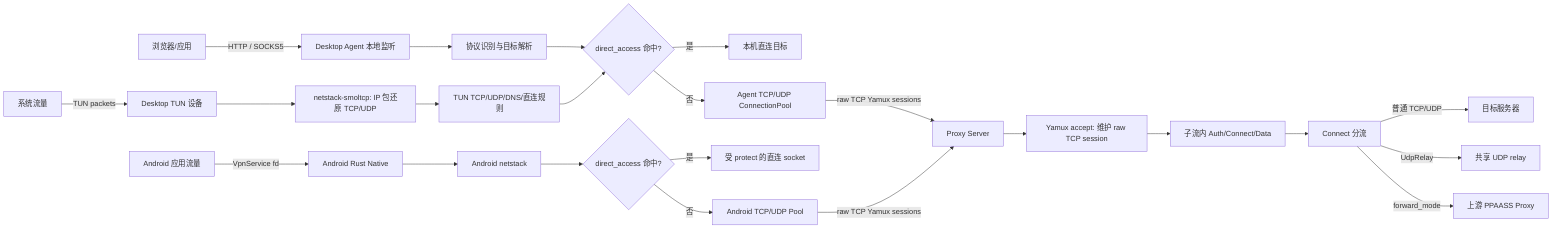
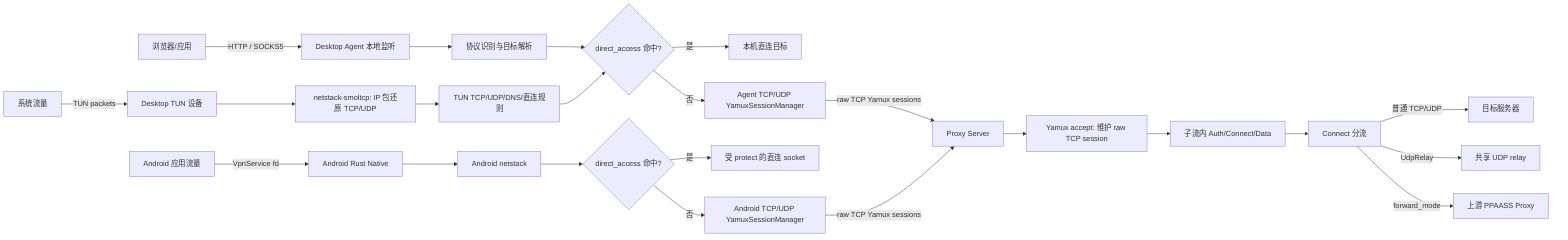
flowchart LR
    Browser["浏览器/应用"] -->|"HTTP / SOCKS5"| AgentListen["Desktop Agent 本地监听"]
    OS["系统流量"] -->|"TUN packets"| TunDevice["Desktop TUN 设备"]
    AndroidApps["Android 应用流量"] -->|"VpnService fd"| AndroidNative["Android Rust Native"]

    AgentListen --> AgentRouter["协议识别与目标解析"]
    TunDevice --> Netstack["netstack-smoltcp: IP 包还原 TCP/UDP"]
    Netstack --> TunRouter["TUN TCP/UDP/DNS/直连规则"]
    AndroidNative --> AndroidNetstack["Android netstack"]

    AgentRouter --> DirectCheck{"direct_access 命中?"}
    TunRouter --> DirectCheck
    AndroidNetstack --> AndroidDirect{"direct_access 命中?"}

    DirectCheck -->|"是"| LocalTarget["本机直连目标"]
    AndroidDirect -->|"是"| AndroidDirectSocket["受 protect 的直连 socket"]

-     DirectCheck -->|"否"| Pool["Agent TCP/UDP ConnectionPool"]
-     AndroidDirect -->|"否"| AndroidPool["Android TCP/UDP Pool"]
+     DirectCheck -->|"否"| AgentSessions["Agent TCP/UDP YamuxSessionManager"]
+     AndroidDirect -->|"否"| AndroidSessions["Android TCP/UDP YamuxSessionManager"]

-     Pool -->|"raw TCP Yamux sessions"| Proxy["Proxy Server"]
-     AndroidPool -->|"raw TCP Yamux sessions"| Proxy
+     AgentSessions -->|"raw TCP Yamux sessions"| Proxy["Proxy Server"]
+     AndroidSessions -->|"raw TCP Yamux sessions"| Proxy

    Proxy --> YamuxAccept["Yamux accept: 维护 raw TCP session"]
    YamuxAccept --> Auth["子流内 Auth/Connect/Data"]
    Auth --> ConnectDispatch["Connect 分流"]
    ConnectDispatch -->|"普通 TCP/UDP"| Target["目标服务器"]
    ConnectDispatch -->|"UdpRelay"| UdpRelay["共享 UDP relay"]
    ConnectDispatch -->|"forward_mode"| Upstream["上游 PPAASS Proxy"]
